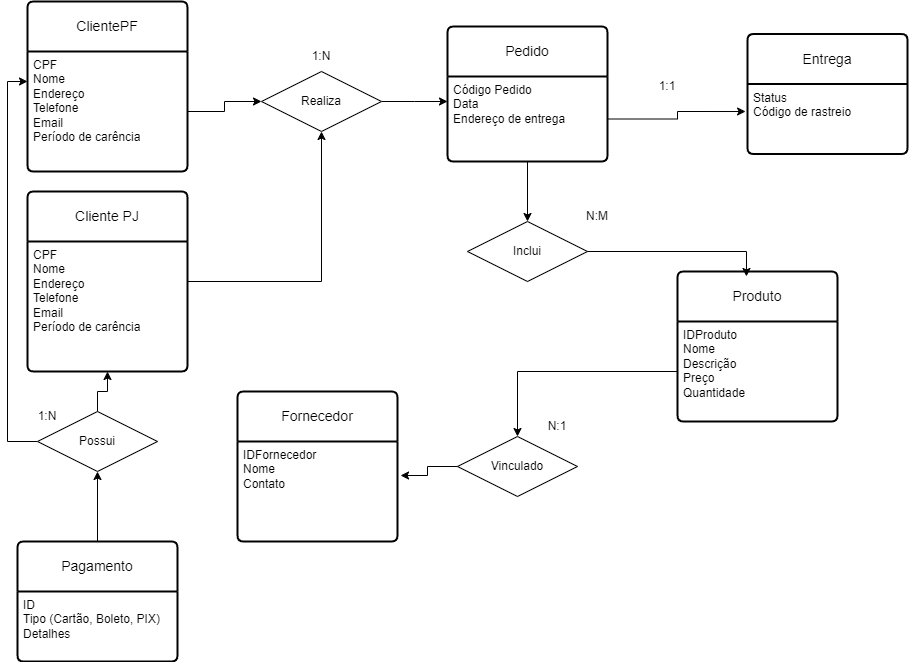
Before: Projeto modelagem E-Commerce.png, a diagram exported from draw.io (julianemorais/Projeto_Conceitual_BD_E-Commerce). Source tidied: cells renumbered, new cells last; positions are measured from the earlier drawing's top-left corner, leaving out a move shared by most shapes. Its diagram source:
```xml
<mxGraphModel>
  <root>
    <mxCell id="0" />
    <mxCell id="1" parent="0" />
    <mxCell id="2" value="Inclui" style="shape=rhombus;perimeter=rhombusPerimeter;whiteSpace=wrap;html=1;align=center;" parent="1" vertex="1">
      <mxGeometry x="460" y="220" width="120" height="60" as="geometry" />
    </mxCell>
    <mxCell id="3" value="ClientePF" style="swimlane;horizontal=1;startSize=50;rounded=1;fontSize=14;fontStyle=0;strokeWidth=2;shadow=0;dashed=0;align=center;arcSize=4;whiteSpace=wrap;html=1;" parent="1" vertex="1">
      <mxGeometry x="20" width="160" height="170" as="geometry" />
    </mxCell>
    <mxCell id="4" value="&lt;div&gt;CPF&lt;/div&gt;Nome&lt;div&gt;Endereço&lt;/div&gt;&lt;div&gt;Telefone&lt;/div&gt;&lt;div&gt;Email&lt;/div&gt;&lt;div&gt;Período de carência&lt;/div&gt;&lt;div&gt;&lt;br&gt;&lt;/div&gt;" style="align=left;strokeColor=none;fillColor=none;spacingLeft=4;fontSize=12;verticalAlign=top;html=1;" parent="3" vertex="1">
      <mxGeometry y="50" width="160" height="120" as="geometry" />
    </mxCell>
    <mxCell id="5" style="edgeStyle=orthogonalEdgeStyle;rounded=0;orthogonalLoop=1;jettySize=auto;html=1;exitX=0.5;exitY=1;exitDx=0;exitDy=0;" parent="3" edge="1" source="4" target="4">
      <mxGeometry relative="1" as="geometry" />
    </mxCell>
    <mxCell id="6" value="Pedido" style="swimlane;horizontal=1;startSize=50;rounded=1;fontSize=14;fontStyle=0;strokeWidth=2;shadow=0;dashed=0;align=center;arcSize=4;whiteSpace=wrap;html=1;" parent="1" vertex="1">
      <mxGeometry x="440" y="25" width="160" height="135" as="geometry" />
    </mxCell>
    <mxCell id="7" value="&lt;div&gt;Código Pedido&lt;/div&gt;&lt;div&gt;Data&lt;/div&gt;&lt;div&gt;Endereço de entrega&lt;/div&gt;&lt;div&gt;&lt;br&gt;&lt;/div&gt;" style="align=left;strokeColor=none;fillColor=none;spacingLeft=4;fontSize=12;verticalAlign=top;html=1;" parent="6" vertex="1">
      <mxGeometry y="50" width="160" height="85" as="geometry" />
    </mxCell>
    <mxCell id="8" value="Produto" style="swimlane;horizontal=1;startSize=50;rounded=1;fontSize=14;fontStyle=0;strokeWidth=2;shadow=0;dashed=0;align=center;arcSize=4;whiteSpace=wrap;html=1;" parent="1" vertex="1">
      <mxGeometry x="670" y="270" width="160" height="150" as="geometry" />
    </mxCell>
    <mxCell id="9" value="IDProduto&lt;div&gt;Nome&lt;/div&gt;&lt;div&gt;Descrição&lt;/div&gt;&lt;div&gt;Preço&lt;/div&gt;&lt;div&gt;Quantidade&lt;/div&gt;" style="align=left;strokeColor=none;fillColor=none;spacingLeft=4;fontSize=12;verticalAlign=top;html=1;" parent="8" vertex="1">
      <mxGeometry y="50" width="160" height="100" as="geometry" />
    </mxCell>
    <mxCell id="10" value="Fornecedor" style="swimlane;horizontal=1;startSize=50;rounded=1;fontSize=14;fontStyle=0;strokeWidth=2;shadow=0;dashed=0;align=center;arcSize=4;whiteSpace=wrap;html=1;" parent="1" vertex="1">
      <mxGeometry x="230" y="390" width="160" height="150" as="geometry" />
    </mxCell>
    <mxCell id="11" value="IDFornecedor&lt;div&gt;Nome&lt;/div&gt;&lt;div&gt;Contato&lt;/div&gt;" style="align=left;strokeColor=none;fillColor=none;spacingLeft=4;fontSize=12;verticalAlign=top;html=1;" parent="10" vertex="1">
      <mxGeometry y="50" width="160" height="100" as="geometry" />
    </mxCell>
    <mxCell id="12" value="Vinculado" style="shape=rhombus;perimeter=rhombusPerimeter;whiteSpace=wrap;html=1;align=center;" parent="1" vertex="1">
      <mxGeometry x="450" y="435" width="120" height="60" as="geometry" />
    </mxCell>
    <mxCell id="13" style="edgeStyle=orthogonalEdgeStyle;rounded=0;jettySize=auto;html=1;" parent="1" edge="1" source="14">
      <mxGeometry relative="1" as="geometry">
        <mxPoint x="440" y="100" as="targetPoint" />
      </mxGeometry>
    </mxCell>
    <mxCell id="14" value="Realiza" style="shape=rhombus;perimeter=rhombusPerimeter;whiteSpace=wrap;html=1;align=center;" parent="1" vertex="1">
      <mxGeometry x="254" y="70" width="120" height="60" as="geometry" />
    </mxCell>
    <mxCell id="15" style="edgeStyle=orthogonalEdgeStyle;rounded=0;jettySize=auto;html=1;entryX=0;entryY=0.5;entryDx=0;entryDy=0;" parent="1" edge="1" source="4" target="14">
      <mxGeometry relative="1" as="geometry" />
    </mxCell>
    <mxCell id="16" style="edgeStyle=orthogonalEdgeStyle;rounded=0;jettySize=auto;html=1;entryX=0.5;entryY=0;entryDx=0;entryDy=0;" parent="1" edge="1" source="7" target="2">
      <mxGeometry relative="1" as="geometry" />
    </mxCell>
    <mxCell id="17" style="edgeStyle=orthogonalEdgeStyle;rounded=0;jettySize=auto;html=1;entryX=0.431;entryY=0.033;entryDx=0;entryDy=0;entryPerimeter=0;" parent="1" edge="1" source="2" target="8">
      <mxGeometry relative="1" as="geometry">
        <Array as="points">
          <mxPoint x="739" y="250" />
        </Array>
      </mxGeometry>
    </mxCell>
    <mxCell id="18" style="edgeStyle=orthogonalEdgeStyle;rounded=0;jettySize=auto;html=1;" parent="1" edge="1" source="9" target="12">
      <mxGeometry relative="1" as="geometry" />
    </mxCell>
    <mxCell id="19" style="edgeStyle=orthogonalEdgeStyle;rounded=0;jettySize=auto;html=1;entryX=1.019;entryY=0.34;entryDx=0;entryDy=0;entryPerimeter=0;" parent="1" edge="1" source="12" target="11">
      <mxGeometry relative="1" as="geometry" />
    </mxCell>
    <mxCell id="20" style="edgeStyle=orthogonalEdgeStyle;rounded=0;jettySize=auto;html=1;" parent="1" edge="1" source="21" target="14">
      <mxGeometry relative="1" as="geometry" />
    </mxCell>
    <mxCell id="21" value="Cliente PJ" style="swimlane;horizontal=1;startSize=50;rounded=1;fontSize=14;fontStyle=0;strokeWidth=2;shadow=0;dashed=0;align=center;arcSize=4;whiteSpace=wrap;html=1;" parent="1" vertex="1">
      <mxGeometry x="20" y="190" width="160" height="180" as="geometry" />
    </mxCell>
    <mxCell id="22" value="&lt;div&gt;CPF&lt;/div&gt;Nome&lt;div&gt;Endereço&lt;/div&gt;&lt;div&gt;Telefone&lt;/div&gt;&lt;div&gt;Email&lt;/div&gt;&lt;div&gt;Período de carência&lt;/div&gt;" style="align=left;strokeColor=none;fillColor=none;spacingLeft=4;fontSize=12;verticalAlign=top;html=1;" parent="21" vertex="1">
      <mxGeometry y="50" width="160" height="130" as="geometry" />
    </mxCell>
    <mxCell id="23" style="edgeStyle=orthogonalEdgeStyle;rounded=0;jettySize=auto;html=1;" parent="1" edge="1" source="24" target="30">
      <mxGeometry relative="1" as="geometry" />
    </mxCell>
    <mxCell id="24" value="Pagamento" style="swimlane;horizontal=1;startSize=50;rounded=1;fontSize=14;fontStyle=0;strokeWidth=2;shadow=0;dashed=0;align=center;arcSize=4;whiteSpace=wrap;html=1;" parent="1" vertex="1">
      <mxGeometry x="10" y="540" width="160" height="120" as="geometry" />
    </mxCell>
    <mxCell id="25" value="ID&lt;div&gt;Tipo (Cartão, Boleto, PIX)&lt;/div&gt;&lt;div&gt;Detalhes&lt;/div&gt;" style="align=left;strokeColor=none;fillColor=none;spacingLeft=4;fontSize=12;verticalAlign=top;html=1;" parent="24" vertex="1">
      <mxGeometry y="50" width="160" height="70" as="geometry" />
    </mxCell>
    <mxCell id="26" value="Entrega" style="swimlane;horizontal=1;startSize=50;rounded=1;fontSize=14;fontStyle=0;strokeWidth=2;shadow=0;dashed=0;align=center;arcSize=4;whiteSpace=wrap;html=1;" parent="1" vertex="1">
      <mxGeometry x="740" y="32.5" width="160" height="120" as="geometry" />
    </mxCell>
    <mxCell id="27" value="&lt;div&gt;Status&lt;br&gt;&lt;/div&gt;Código de rastreio&lt;div&gt;&lt;br&gt;&lt;/div&gt;" style="align=left;strokeColor=none;fillColor=none;spacingLeft=4;fontSize=12;verticalAlign=top;html=1;" parent="26" vertex="1">
      <mxGeometry y="50" width="160" height="70" as="geometry" />
    </mxCell>
    <mxCell id="28" style="edgeStyle=orthogonalEdgeStyle;rounded=0;jettySize=auto;html=1;" parent="1" edge="1" source="30" target="22">
      <mxGeometry relative="1" as="geometry" />
    </mxCell>
    <mxCell id="29" style="edgeStyle=orthogonalEdgeStyle;rounded=0;jettySize=auto;html=1;entryX=0;entryY=0.25;entryDx=0;entryDy=0;" parent="1" edge="1" source="30" target="4">
      <mxGeometry relative="1" as="geometry">
        <Array as="points">
          <mxPoint y="440" />
          <mxPoint y="80" />
        </Array>
      </mxGeometry>
    </mxCell>
    <mxCell id="30" value="Possui" style="shape=rhombus;perimeter=rhombusPerimeter;whiteSpace=wrap;html=1;align=center;" parent="1" vertex="1">
      <mxGeometry x="30" y="410" width="120" height="60" as="geometry" />
    </mxCell>
    <mxCell id="31" style="edgeStyle=orthogonalEdgeStyle;rounded=0;jettySize=auto;html=1;entryX=-0.012;entryY=0.393;entryDx=0;entryDy=0;entryPerimeter=0;" parent="1" edge="1" source="7" target="27">
      <mxGeometry relative="1" as="geometry" />
    </mxCell>
    <mxCell id="32" value="1:N" style="text;html=1;align=center;verticalAlign=middle;whiteSpace=wrap;rounded=0;" parent="1" vertex="1">
      <mxGeometry x="284" y="40" width="60" height="30" as="geometry" />
    </mxCell>
    <mxCell id="33" value="1:1" style="text;html=1;align=center;verticalAlign=middle;whiteSpace=wrap;rounded=0;" parent="1" vertex="1">
      <mxGeometry x="630" y="70" width="60" height="30" as="geometry" />
    </mxCell>
    <mxCell id="34" value="N:M&lt;span style=&quot;color: rgba(0, 0, 0, 0); font-family: monospace; font-size: 0px; text-align: start; text-wrap: nowrap;&quot;&gt;%3CmxGraphModel%3E%3Croot%3E%3CmxCell%20id%3D%220%22%2F%3E%3CmxCell%20id%3D%221%22%20parent%3D%220%22%2F%3E%3CmxCell%20id%3D%222%22%20value%3D%221%3A1%22%20style%3D%22text%3Bhtml%3D1%3Balign%3Dcenter%3BverticalAlign%3Dmiddle%3BwhiteSpace%3Dwrap%3Brounded%3D0%3B%22%20vertex%3D%221%22%20parent%3D%221%22%3E%3CmxGeometry%20x%3D%22670%22%20y%3D%22200%22%20width%3D%2260%22%20height%3D%2230%22%20as%3D%22geometry%22%2F%3E%3C%2FmxCell%3E%3C%2Froot%3E%3C%2FmxGraphModel%3E&lt;/span&gt;" style="text;html=1;align=center;verticalAlign=middle;whiteSpace=wrap;rounded=0;" parent="1" vertex="1">
      <mxGeometry x="560" y="200" width="60" height="30" as="geometry" />
    </mxCell>
    <mxCell id="35" value="N:1&lt;span style=&quot;color: light-dark(rgba(0, 0, 0, 0), rgba(0, 0, 0, 0)); font-family: monospace; font-size: 0px; text-align: start; text-wrap: nowrap; background-color: transparent;&quot;&gt;%3CmxGraphModel%3E%3Croot%3E%3CmxCell%20id%3D%220%22%2F%3E%3CmxCell%20id%3D%221%22%20parent%3D%220%22%2F%3E%3CmxCell%20id%3D%222%22%20value%3D%221%3A1%22%20style%3D%22text%3Bhtml%3D1%3Balign%3Dcenter%3BverticalAlign%3Dmiddle%3BwhiteSpace%3Dwrap%3Brounded%3D0%3B%22%20vertex%3D%221%22%20parent%3D%221%22%3E%3CmxGeometry%20x%3D%22670%22%20y%3D%22200%22%20width%3D%2260%22%20height%3D%2230%22%20as%3D%22geometry%22%2F%3E%3C%2FmxCell%3E%3C%2Froot%3E%3C%2FmxGraphModel%3E&lt;/span&gt;" style="text;html=1;align=center;verticalAlign=middle;whiteSpace=wrap;rounded=0;" parent="1" vertex="1">
      <mxGeometry x="520" y="410" width="60" height="30" as="geometry" />
    </mxCell>
    <mxCell id="36" value="1:N" style="text;html=1;align=center;verticalAlign=middle;whiteSpace=wrap;rounded=0;" parent="1" vertex="1">
      <mxGeometry x="10" y="400" width="60" height="30" as="geometry" />
    </mxCell>
  </root>
</mxGraphModel>
```
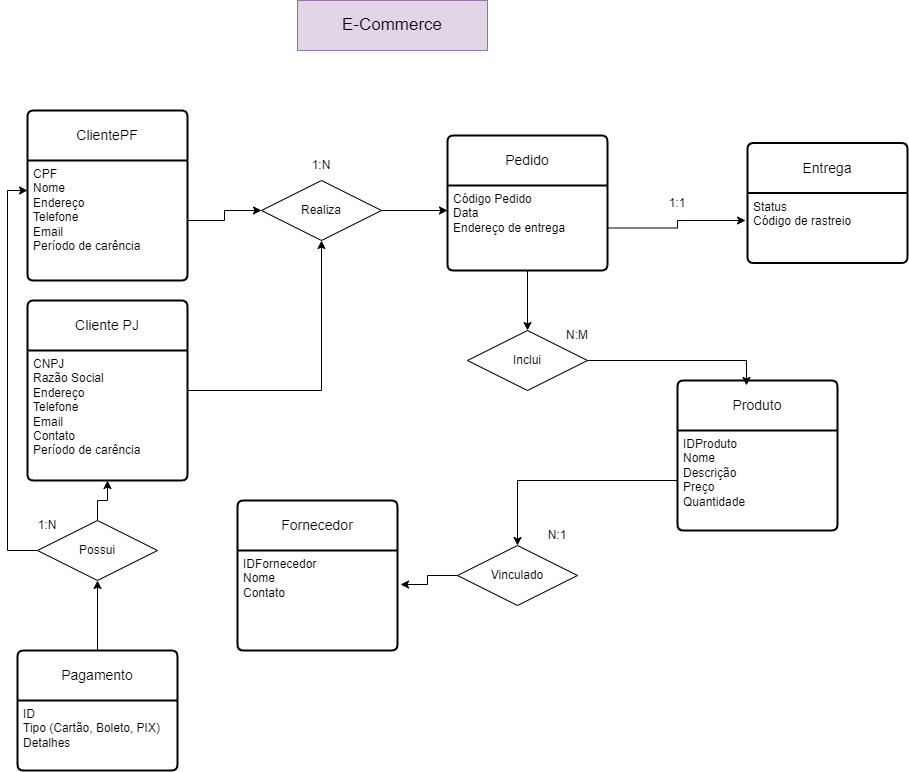
After the change.

The edit, as a diff of the source:
```diff
@@ -68,7 +68,7 @@
     <mxCell id="21" value="Cliente PJ" style="swimlane;horizontal=1;startSize=50;rounded=1;fontSize=14;fontStyle=0;strokeWidth=2;shadow=0;dashed=0;align=center;arcSize=4;whiteSpace=wrap;html=1;" parent="1" vertex="1">
       <mxGeometry x="20" y="190" width="160" height="180" as="geometry" />
     </mxCell>
-    <mxCell id="22" value="&lt;div&gt;CPF&lt;/div&gt;Nome&lt;div&gt;Endereço&lt;/div&gt;&lt;div&gt;Telefone&lt;/div&gt;&lt;div&gt;Email&lt;/div&gt;&lt;div&gt;Período de carência&lt;/div&gt;" style="align=left;strokeColor=none;fillColor=none;spacingLeft=4;fontSize=12;verticalAlign=top;html=1;" parent="21" vertex="1">
+    <mxCell id="22" value="&lt;div&gt;CNPJ&lt;/div&gt;Razão Social&lt;div&gt;Endereço&lt;/div&gt;&lt;div&gt;Telefone&lt;/div&gt;&lt;div&gt;Email&lt;/div&gt;&lt;div&gt;Contato&lt;/div&gt;&lt;div&gt;Período de carência&lt;/div&gt;" style="align=left;strokeColor=none;fillColor=none;spacingLeft=4;fontSize=12;verticalAlign=top;html=1;" parent="21" vertex="1">
       <mxGeometry y="50" width="160" height="130" as="geometry" />
     </mxCell>
     <mxCell id="23" style="edgeStyle=orthogonalEdgeStyle;rounded=0;jettySize=auto;html=1;" parent="1" edge="1" source="24" target="30">
@@ -107,10 +107,10 @@
       <mxGeometry x="284" y="40" width="60" height="30" as="geometry" />
     </mxCell>
     <mxCell id="33" value="1:1" style="text;html=1;align=center;verticalAlign=middle;whiteSpace=wrap;rounded=0;" parent="1" vertex="1">
-      <mxGeometry x="630" y="70" width="60" height="30" as="geometry" />
+      <mxGeometry x="640" y="77.5" width="60" height="30" as="geometry" />
     </mxCell>
     <mxCell id="34" value="N:M&lt;span style=&quot;color: rgba(0, 0, 0, 0); font-family: monospace; font-size: 0px; text-align: start; text-wrap: nowrap;&quot;&gt;%3CmxGraphModel%3E%3Croot%3E%3CmxCell%20id%3D%220%22%2F%3E%3CmxCell%20id%3D%221%22%20parent%3D%220%22%2F%3E%3CmxCell%20id%3D%222%22%20value%3D%221%3A1%22%20style%3D%22text%3Bhtml%3D1%3Balign%3Dcenter%3BverticalAlign%3Dmiddle%3BwhiteSpace%3Dwrap%3Brounded%3D0%3B%22%20vertex%3D%221%22%20parent%3D%221%22%3E%3CmxGeometry%20x%3D%22670%22%20y%3D%22200%22%20width%3D%2260%22%20height%3D%2230%22%20as%3D%22geometry%22%2F%3E%3C%2FmxCell%3E%3C%2Froot%3E%3C%2FmxGraphModel%3E&lt;/span&gt;" style="text;html=1;align=center;verticalAlign=middle;whiteSpace=wrap;rounded=0;" parent="1" vertex="1">
-      <mxGeometry x="560" y="200" width="60" height="30" as="geometry" />
+      <mxGeometry x="540" y="210" width="60" height="30" as="geometry" />
     </mxCell>
     <mxCell id="35" value="N:1&lt;span style=&quot;color: light-dark(rgba(0, 0, 0, 0), rgba(0, 0, 0, 0)); font-family: monospace; font-size: 0px; text-align: start; text-wrap: nowrap; background-color: transparent;&quot;&gt;%3CmxGraphModel%3E%3Croot%3E%3CmxCell%20id%3D%220%22%2F%3E%3CmxCell%20id%3D%221%22%20parent%3D%220%22%2F%3E%3CmxCell%20id%3D%222%22%20value%3D%221%3A1%22%20style%3D%22text%3Bhtml%3D1%3Balign%3Dcenter%3BverticalAlign%3Dmiddle%3BwhiteSpace%3Dwrap%3Brounded%3D0%3B%22%20vertex%3D%221%22%20parent%3D%221%22%3E%3CmxGeometry%20x%3D%22670%22%20y%3D%22200%22%20width%3D%2260%22%20height%3D%2230%22%20as%3D%22geometry%22%2F%3E%3C%2FmxCell%3E%3C%2Froot%3E%3C%2FmxGraphModel%3E&lt;/span&gt;" style="text;html=1;align=center;verticalAlign=middle;whiteSpace=wrap;rounded=0;" parent="1" vertex="1">
       <mxGeometry x="520" y="410" width="60" height="30" as="geometry" />
@@ -118,5 +118,8 @@
     <mxCell id="36" value="1:N" style="text;html=1;align=center;verticalAlign=middle;whiteSpace=wrap;rounded=0;" parent="1" vertex="1">
       <mxGeometry x="10" y="400" width="60" height="30" as="geometry" />
     </mxCell>
+    <mxCell id="37" value="&lt;font style=&quot;font-size: 17px;&quot;&gt;E-Commerce&lt;/font&gt;" style="text;html=1;align=center;verticalAlign=middle;whiteSpace=wrap;rounded=0;fillColor=#e1d5e7;strokeColor=#9673a6;" parent="1" vertex="1">
+      <mxGeometry x="290" y="-110" width="190" height="50" as="geometry" />
+    </mxCell>
   </root>
 </mxGraphModel>
```
